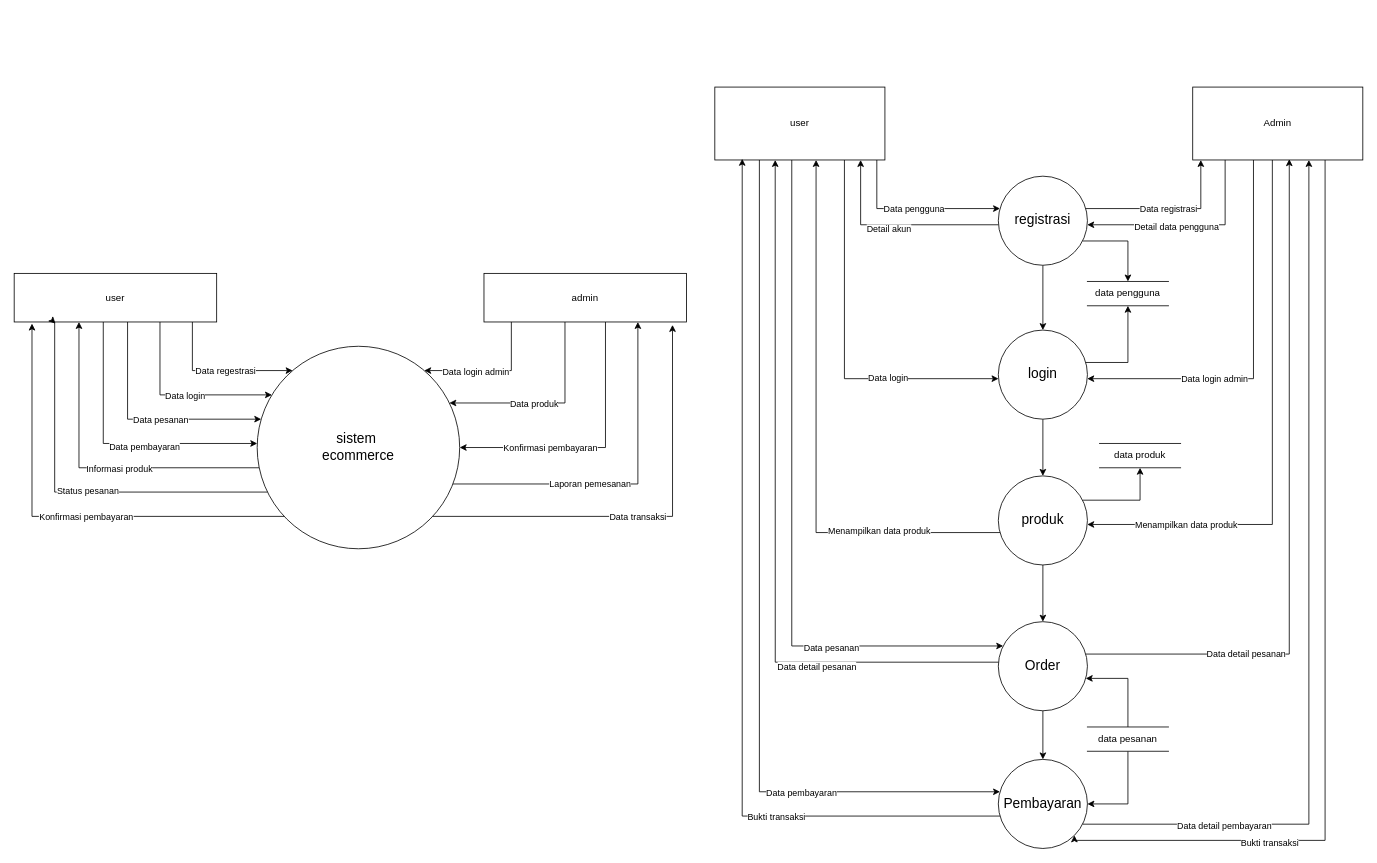
zerocode0806/Flowchart-E-Comerce-Elektronik keeps this draw.io diagram as DFD-Level-0-1-Ecommerce-Elektronik.drawio. Above is the earlier version. Source tidied: cells renumbered, new cells numbered last; positions are measured from the earlier drawing's top-left corner, leaving out a move shared by most shapes. Both pictures are drawn from the tidied source at 81%, with x=0, y=0 at pixel (14, 87).
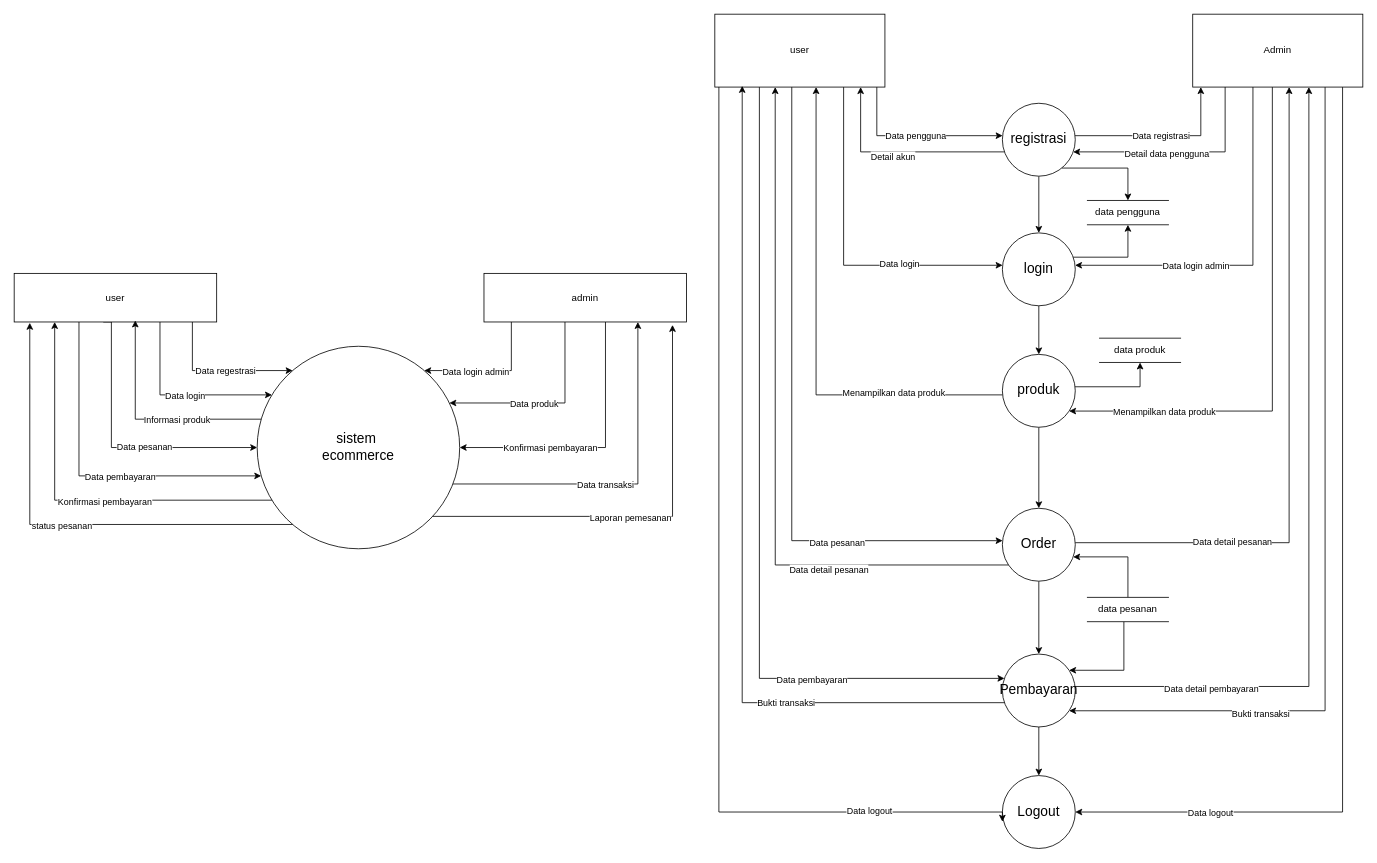
After the change.

The change refers to these unchanged cells:
```xml
<mxCell id="2" style="edgeStyle=orthogonalEdgeStyle;rounded=0;jettySize=auto;html=1;" parent="1" edge="1" source="4" target="69">
  <mxGeometry relative="1" as="geometry">
    <Array as="points">
      <mxPoint x="770" y="490" />
    </Array>
  </mxGeometry>
</mxCell>
<mxCell id="4" value="&lt;font style=&quot;font-size: 17px;&quot;&gt;sistem&amp;nbsp;&lt;/font&gt;&lt;div&gt;&lt;font style=&quot;font-size: 17px;&quot;&gt;ecommerce&lt;/font&gt;&lt;/div&gt;" style="shape=ellipse;html=1;dashed=0;whiteSpace=wrap;perimeter=ellipsePerimeter;" parent="1" vertex="1">
  <mxGeometry x="300" y="320" width="250" height="250" as="geometry" />
</mxCell>
<mxCell id="58" value="user" style="html=1;dashed=0;whiteSpace=wrap;" parent="1" vertex="1">
  <mxGeometry y="230" width="250" height="60" as="geometry" />
</mxCell>
<mxCell id="72" style="edgeStyle=orthogonalEdgeStyle;rounded=0;jettySize=auto;html=1;entryX=0.931;entryY=1.061;entryDx=0;entryDy=0;entryPerimeter=0;" parent="1" edge="1" source="4" target="69">
  <mxGeometry relative="1" as="geometry">
    <Array as="points">
      <mxPoint x="813" y="530" />
    </Array>
  </mxGeometry>
</mxCell>
```

The edit, as a diff of the source:
```diff
@@
-    <mxCell id="3" value="Laporan pemesanan" style="edgeLabel;html=1;align=center;verticalAlign=middle;" parent="2" vertex="1">
-      <mxGeometry x="-0.46" y="1" relative="1" as="geometry">
-        <mxPoint x="53" as="offset" />
-      </mxGeometry>
-    </mxCell>
@@
     <mxCell id="5" style="edgeStyle=orthogonalEdgeStyle;rounded=0;jettySize=auto;html=1;" parent="1" edge="1" source="13" target="27">
       <mxGeometry relative="1" as="geometry">
         <Array as="points">
-          <mxPoint x="1065" y="150" />
+          <mxPoint x="1065" y="60" />
         </Array>
       </mxGeometry>
     </mxCell>
@@
     <mxCell id="7" style="edgeStyle=orthogonalEdgeStyle;rounded=0;jettySize=auto;html=1;" parent="1" edge="1" source="13" target="33">
       <mxGeometry relative="1" as="geometry">
         <Array as="points">
-          <mxPoint x="1025" y="360" />
+          <mxPoint x="1024" y="220" />
         </Array>
       </mxGeometry>
     </mxCell>
@@
     <mxCell id="9" style="edgeStyle=orthogonalEdgeStyle;rounded=0;jettySize=auto;html=1;" parent="1" edge="1" source="13" target="37">
       <mxGeometry relative="1" as="geometry">
         <Array as="points">
-          <mxPoint x="960" y="690" />
+          <mxPoint x="960" y="560" />
         </Array>
       </mxGeometry>
     </mxCell>
@@
     <mxCell id="11" style="edgeStyle=orthogonalEdgeStyle;rounded=0;jettySize=auto;html=1;" parent="1" edge="1" source="13" target="44">
       <mxGeometry relative="1" as="geometry">
         <Array as="points">
-          <mxPoint x="920" y="870" />
+          <mxPoint x="920" y="730" />
         </Array>
       </mxGeometry>
     </mxCell>
@@
     <mxCell id="13" value="user" style="html=1;dashed=0;whiteSpace=wrap;" parent="1" vertex="1">
-      <mxGeometry x="865" width="210" height="90" as="geometry" />
+      <mxGeometry x="865" y="-90" width="210" height="90" as="geometry" />
     </mxCell>
     <mxCell id="14" style="edgeStyle=orthogonalEdgeStyle;rounded=0;jettySize=auto;html=1;" parent="1" edge="1" target="76">
       <mxGeometry relative="1" as="geometry">
-        <mxPoint x="1553.3" y="90" as="sourcePoint" />
+        <mxPoint x="1553.3" as="sourcePoint" />
         <Array as="points">
-          <mxPoint x="1553" y="540" />
+          <mxPoint x="1553" y="400" />
         </Array>
       </mxGeometry>
     </mxCell>
@@
-    <mxCell id="16" style="edgeStyle=orthogonalEdgeStyle;rounded=0;jettySize=auto;html=1;entryX=1;entryY=1;entryDx=0;entryDy=0;" parent="1" edge="1" target="44">
+    <mxCell id="16" style="edgeStyle=orthogonalEdgeStyle;rounded=0;jettySize=auto;html=1;" parent="1" edge="1" target="44">
       <mxGeometry relative="1" as="geometry">
-        <mxPoint x="1618.4" y="90" as="sourcePoint" />
+        <mxPoint x="1618.4" as="sourcePoint" />
         <Array as="points">
-          <mxPoint x="1618" y="930" />
-          <mxPoint x="1309" y="930" />
+          <mxPoint x="1618" y="770" />
         </Array>
       </mxGeometry>
     </mxCell>
@@
-    <mxCell id="18" style="edgeStyle=orthogonalEdgeStyle;rounded=0;jettySize=auto;html=1;" parent="1" edge="1" source="20" target="33">
+    <mxCell id="18" style="edgeStyle=orthogonalEdgeStyle;rounded=0;jettySize=auto;html=1;exitX=0.354;exitY=0.995;exitDx=0;exitDy=0;exitPerimeter=0;" parent="1" edge="1" source="20" target="33">
       <mxGeometry relative="1" as="geometry">
         <Array as="points">
-          <mxPoint x="1530" y="360" />
+          <mxPoint x="1529" y="220" />
         </Array>
       </mxGeometry>
     </mxCell>
@@
+    <mxCell id="78" style="edgeStyle=orthogonalEdgeStyle;rounded=0;jettySize=auto;html=1;entryX=1;entryY=0.5;entryDx=0;entryDy=0;" parent="1" edge="1" source="20" target="87">
+      <mxGeometry relative="1" as="geometry">
+        <Array as="points">
+          <mxPoint x="1640" y="895" />
+        </Array>
+      </mxGeometry>
+    </mxCell>
+    <mxCell id="79" value="Data logout" style="edgeLabel;html=1;align=center;verticalAlign=middle;" parent="78" vertex="1">
+      <mxGeometry x="0.73" relative="1" as="geometry">
+        <mxPoint x="1" as="offset" />
+      </mxGeometry>
+    </mxCell>
     <mxCell id="20" value="Admin" style="html=1;dashed=0;whiteSpace=wrap;" parent="1" vertex="1">
-      <mxGeometry x="1455" width="210" height="90" as="geometry" />
+      <mxGeometry x="1455" y="-90" width="210" height="90" as="geometry" />
     </mxCell>
     <mxCell id="21" style="edgeStyle=orthogonalEdgeStyle;rounded=0;jettySize=auto;html=1;" parent="1" edge="1" source="27" target="20">
       <mxGeometry relative="1" as="geometry">
         <Array as="points">
-          <mxPoint x="1465" y="150" />
+          <mxPoint x="1465" y="60" />
         </Array>
       </mxGeometry>
     </mxCell>
@@
     <mxCell id="23" style="edgeStyle=orthogonalEdgeStyle;rounded=0;jettySize=auto;html=1;" parent="1" edge="1" source="27" target="13">
       <mxGeometry relative="1" as="geometry">
         <Array as="points">
-          <mxPoint x="1045" y="170" />
+          <mxPoint x="1045" y="80" />
         </Array>
       </mxGeometry>
     </mxCell>
@@
     <mxCell id="26" style="edgeStyle=orthogonalEdgeStyle;rounded=0;jettySize=auto;html=1;entryX=0.5;entryY=0;entryDx=0;entryDy=0;" parent="1" edge="1" source="27" target="28">
       <mxGeometry relative="1" as="geometry">
         <Array as="points">
-          <mxPoint x="1375" y="190" />
+          <mxPoint x="1375" y="100" />
         </Array>
       </mxGeometry>
     </mxCell>
     <mxCell id="27" value="&lt;span style=&quot;font-size: 17px;&quot;&gt;registrasi&lt;/span&gt;" style="shape=ellipse;html=1;dashed=0;whiteSpace=wrap;perimeter=ellipsePerimeter;" parent="1" vertex="1">
-      <mxGeometry x="1215" y="110" width="110" height="110" as="geometry" />
+      <mxGeometry x="1220" y="20" width="90" height="90" as="geometry" />
     </mxCell>
     <mxCell id="28" value="data pengguna" style="html=1;dashed=0;whiteSpace=wrap;shape=partialRectangle;right=0;left=0;" parent="1" vertex="1">
-      <mxGeometry x="1325" y="240" width="100" height="30" as="geometry" />
+      <mxGeometry x="1325" y="140" width="100" height="30" as="geometry" />
     </mxCell>
     <mxCell id="29" style="edgeStyle=orthogonalEdgeStyle;rounded=0;jettySize=auto;html=1;" parent="1" edge="1" source="20" target="27">
       <mxGeometry relative="1" as="geometry">
         <Array as="points">
-          <mxPoint x="1495" y="170" />
+          <mxPoint x="1495" y="80" />
         </Array>
       </mxGeometry>
     </mxCell>
@@
     <mxCell id="31" style="edgeStyle=orthogonalEdgeStyle;rounded=0;jettySize=auto;html=1;entryX=0.5;entryY=1;entryDx=0;entryDy=0;" parent="1" edge="1" source="33" target="28">
       <mxGeometry relative="1" as="geometry">
         <Array as="points">
-          <mxPoint x="1375" y="340" />
+          <mxPoint x="1375" y="210" />
         </Array>
       </mxGeometry>
     </mxCell>
@@
     <mxCell id="33" value="&lt;span style=&quot;font-size: 17px;&quot;&gt;login&lt;/span&gt;" style="shape=ellipse;html=1;dashed=0;whiteSpace=wrap;perimeter=ellipsePerimeter;" parent="1" vertex="1">
-      <mxGeometry x="1215" y="300" width="110" height="110" as="geometry" />
+      <mxGeometry x="1220" y="180" width="90" height="90" as="geometry" />
     </mxCell>
     <mxCell id="34" style="edgeStyle=orthogonalEdgeStyle;rounded=0;jettySize=auto;html=1;" parent="1" edge="1" source="76" target="13">
       <mxGeometry relative="1" as="geometry">
         <Array as="points">
-          <mxPoint x="990" y="550" />
+          <mxPoint x="990" y="380" />
         </Array>
       </mxGeometry>
     </mxCell>
@@
     <mxCell id="37" value="&lt;span style=&quot;font-size: 17px;&quot;&gt;Order&lt;/span&gt;" style="shape=ellipse;html=1;dashed=0;whiteSpace=wrap;perimeter=ellipsePerimeter;" parent="1" vertex="1">
-      <mxGeometry x="1215" y="660" width="110" height="110" as="geometry" />
+      <mxGeometry x="1220" y="520" width="90" height="90" as="geometry" />
     </mxCell>
-    <mxCell id="38" style="edgeStyle=orthogonalEdgeStyle;rounded=0;jettySize=auto;html=1;entryX=0.385;entryY=0.989;entryDx=0;entryDy=0;entryPerimeter=0;" parent="1" edge="1" source="37">
+    <mxCell id="38" style="edgeStyle=orthogonalEdgeStyle;rounded=0;jettySize=auto;html=1;" parent="1" edge="1" target="20">
       <mxGeometry relative="1" as="geometry">
-        <mxPoint x="1574.2" y="89" as="targetPoint" />
+        <mxPoint x="1310" y="562.5" as="sourcePoint" />
         <Array as="points">
-          <mxPoint x="1574" y="700" />
+          <mxPoint x="1574" y="563" />
         </Array>
       </mxGeometry>
     </mxCell>
@@
     <mxCell id="40" style="edgeStyle=orthogonalEdgeStyle;rounded=0;jettySize=auto;html=1;entryX=0.355;entryY=1;entryDx=0;entryDy=0;entryPerimeter=0;" parent="1" edge="1" source="37" target="13">
       <mxGeometry relative="1" as="geometry">
         <Array as="points">
-          <mxPoint x="940" y="710" />
+          <mxPoint x="940" y="590" />
         </Array>
       </mxGeometry>
     </mxCell>
@@
-    <mxCell id="42" style="edgeStyle=orthogonalEdgeStyle;rounded=0;jettySize=auto;html=1;exitX=0.946;exitY=0.707;exitDx=0;exitDy=0;exitPerimeter=0;" parent="1" edge="1" source="44">
+    <mxCell id="42" style="edgeStyle=orthogonalEdgeStyle;rounded=0;jettySize=auto;html=1;" parent="1" edge="1" source="44">
       <mxGeometry relative="1" as="geometry">
-        <mxPoint x="1598.4" y="90" as="targetPoint" />
+        <mxPoint x="1598.4" as="targetPoint" />
         <Array as="points">
-          <mxPoint x="1319" y="910" />
-          <mxPoint x="1598" y="910" />
+          <mxPoint x="1598" y="740" />
         </Array>
       </mxGeometry>
     </mxCell>
@@
+    <mxCell id="80" style="edgeStyle=orthogonalEdgeStyle;rounded=0;jettySize=auto;html=1;" parent="1" edge="1" source="44" target="87">
+      <mxGeometry relative="1" as="geometry" />
+    </mxCell>
     <mxCell id="44" value="&lt;span style=&quot;font-size: 17px;&quot;&gt;Pembayaran&lt;/span&gt;" style="shape=ellipse;html=1;dashed=0;whiteSpace=wrap;perimeter=ellipsePerimeter;" parent="1" vertex="1">
-      <mxGeometry x="1215" y="830" width="110" height="110" as="geometry" />
+      <mxGeometry x="1220" y="700" width="90" height="90" as="geometry" />
     </mxCell>
     <mxCell id="45" style="edgeStyle=orthogonalEdgeStyle;rounded=0;jettySize=auto;html=1;" parent="1" edge="1" source="47" target="37">
       <mxGeometry relative="1" as="geometry">
         <Array as="points">
-          <mxPoint x="1375" y="730" />
+          <mxPoint x="1375" y="580" />
         </Array>
       </mxGeometry>
     </mxCell>
-    <mxCell id="46" style="edgeStyle=orthogonalEdgeStyle;rounded=0;jettySize=auto;html=1;entryX=1;entryY=0.5;entryDx=0;entryDy=0;" parent="1" edge="1" source="47" target="44">
-      <mxGeometry relative="1" as="geometry" />
+    <mxCell id="46" style="edgeStyle=orthogonalEdgeStyle;rounded=0;jettySize=auto;html=1;" parent="1" edge="1" source="47" target="44">
+      <mxGeometry relative="1" as="geometry">
+        <Array as="points">
+          <mxPoint x="1370" y="720" />
+        </Array>
+      </mxGeometry>
     </mxCell>
     <mxCell id="47" value="data pesanan" style="html=1;dashed=0;whiteSpace=wrap;shape=partialRectangle;right=0;left=0;" parent="1" vertex="1">
-      <mxGeometry x="1325" y="790" width="100" height="30" as="geometry" />
+      <mxGeometry x="1325" y="630" width="100" height="30" as="geometry" />
     </mxCell>
     <mxCell id="48" style="edgeStyle=orthogonalEdgeStyle;rounded=0;jettySize=auto;html=1;entryX=0.161;entryY=0.984;entryDx=0;entryDy=0;entryPerimeter=0;" parent="1" edge="1" source="44" target="13">
       <mxGeometry relative="1" as="geometry">
         <Array as="points">
-          <mxPoint x="899" y="900" />
+          <mxPoint x="899" y="760" />
         </Array>
       </mxGeometry>
     </mxCell>
@@
-    <mxCell id="54" style="edgeStyle=orthogonalEdgeStyle;rounded=0;jettySize=auto;html=1;" parent="1" edge="1" source="58" target="4">
-      <mxGeometry relative="1" as="geometry">
-        <Array as="points">
-          <mxPoint x="140" y="410" />
-        </Array>
-      </mxGeometry>
-    </mxCell>
+    <mxCell id="81" style="edgeStyle=orthogonalEdgeStyle;rounded=0;jettySize=auto;html=1;" parent="1" edge="1" target="4">
+      <mxGeometry relative="1" as="geometry">
+        <mxPoint x="110" y="290" as="sourcePoint" />
+        <Array as="points">
+          <mxPoint x="120" y="290" />
+          <mxPoint x="120" y="445" />
+        </Array>
+      </mxGeometry>
+    </mxCell>
-    <mxCell id="55" value="Data pesanan" style="edgeLabel;html=1;align=center;verticalAlign=middle;" parent="54" vertex="1">
-      <mxGeometry x="0.34" relative="1" as="geometry">
-        <mxPoint x="-31" as="offset" />
+    <mxCell id="55" value="Data pesanan" style="edgeLabel;html=1;align=center;verticalAlign=middle;" parent="81" vertex="1">
+      <mxGeometry x="0.45" y="2" relative="1" as="geometry">
+        <mxPoint x="-45" as="offset" />
       </mxGeometry>
     </mxCell>
-    <mxCell id="56" style="edgeStyle=orthogonalEdgeStyle;rounded=0;jettySize=auto;html=1;" parent="1" edge="1" source="58" target="4">
-      <mxGeometry relative="1" as="geometry">
-        <Array as="points">
-          <mxPoint x="110" y="440" />
-        </Array>
-      </mxGeometry>
-    </mxCell>
+    <mxCell id="82" style="edgeStyle=orthogonalEdgeStyle;rounded=0;jettySize=auto;html=1;" parent="1" edge="1" source="58" target="4">
+      <mxGeometry relative="1" as="geometry">
+        <Array as="points">
+          <mxPoint x="80" y="480" />
+        </Array>
+      </mxGeometry>
+    </mxCell>
-    <mxCell id="57" value="Data pembayaran" style="edgeLabel;html=1;align=center;verticalAlign=middle;" parent="56" vertex="1">
-      <mxGeometry x="0.36" y="-3" relative="1" as="geometry">
-        <mxPoint x="-31" as="offset" />
+    <mxCell id="57" value="Data pembayaran" style="edgeLabel;html=1;align=center;verticalAlign=middle;" parent="82" vertex="1">
+      <mxGeometry x="0.45" relative="1" as="geometry">
+        <mxPoint x="-61" as="offset" />
       </mxGeometry>
     </mxCell>
@@
-    <mxCell id="59" style="edgeStyle=orthogonalEdgeStyle;rounded=0;jettySize=auto;html=1;" parent="1" edge="1" source="4" target="58">
-      <mxGeometry relative="1" as="geometry">
-        <Array as="points">
-          <mxPoint x="80" y="470" />
-        </Array>
-      </mxGeometry>
-    </mxCell>
-    <mxCell id="60" value="Informasi produk" style="edgeLabel;html=1;align=center;verticalAlign=middle;" parent="59" vertex="1">
-      <mxGeometry x="-0.38" y="1" relative="1" as="geometry">
-        <mxPoint x="-48" as="offset" />
-      </mxGeometry>
-    </mxCell>
-    <mxCell id="61" style="edgeStyle=orthogonalEdgeStyle;rounded=0;jettySize=auto;html=1;entryX=0.204;entryY=1.033;entryDx=0;entryDy=0;entryPerimeter=0;" parent="1" edge="1" source="4" target="58">
-      <mxGeometry relative="1" as="geometry">
-        <Array as="points">
-          <mxPoint x="50" y="500" />
-          <mxPoint x="50" y="291" />
-        </Array>
-      </mxGeometry>
-    </mxCell>
-    <mxCell id="62" value="Status pesanan" style="edgeLabel;html=1;align=center;verticalAlign=middle;" parent="61" vertex="1">
-      <mxGeometry x="-0.43" y="-2" relative="1" as="geometry">
-        <mxPoint x="-87" as="offset" />
-      </mxGeometry>
-    </mxCell>
-    <mxCell id="63" style="edgeStyle=orthogonalEdgeStyle;rounded=0;jettySize=auto;html=1;entryX=0.088;entryY=1.033;entryDx=0;entryDy=0;entryPerimeter=0;" parent="1" edge="1" source="4" target="58">
-      <mxGeometry relative="1" as="geometry">
-        <Array as="points">
-          <mxPoint x="22" y="530" />
-        </Array>
-      </mxGeometry>
-    </mxCell>
-    <mxCell id="64" value="Konfirmasi pembayaran" style="edgeLabel;html=1;align=center;verticalAlign=middle;" parent="63" vertex="1">
-      <mxGeometry x="-0.41" relative="1" as="geometry">
-        <mxPoint x="-83" as="offset" />
-      </mxGeometry>
-    </mxCell>
@@
     <mxCell id="73" value="Data transaksi" style="edgeLabel;html=1;align=center;verticalAlign=middle;" parent="72" vertex="1">
       <mxGeometry x="-0.44" relative="1" as="geometry">
-        <mxPoint x="104" as="offset" />
+        <mxPoint x="64" y="-40" as="offset" />
       </mxGeometry>
     </mxCell>
+    <mxCell id="3" value="Laporan pemesanan" style="edgeLabel;html=1;align=center;verticalAlign=middle;" parent="72" vertex="1">
+      <mxGeometry x="-0.45" y="-1" relative="1" as="geometry">
+        <mxPoint x="98" as="offset" />
+      </mxGeometry>
+    </mxCell>
@@
-    <mxCell id="75" style="edgeStyle=orthogonalEdgeStyle;rounded=0;jettySize=auto;html=1;" parent="1" edge="1" source="76" target="77">
+    <mxCell id="75" style="edgeStyle=orthogonalEdgeStyle;rounded=0;jettySize=auto;html=1;entryX=0.5;entryY=1;entryDx=0;entryDy=0;" parent="1" edge="1" source="76" target="77">
       <mxGeometry relative="1" as="geometry">
         <Array as="points">
-          <mxPoint x="1390" y="510" />
+          <mxPoint x="1390" y="370" />
         </Array>
       </mxGeometry>
     </mxCell>
     <mxCell id="76" value="&lt;span style=&quot;font-size: 17px;&quot;&gt;produk&lt;/span&gt;" style="shape=ellipse;html=1;dashed=0;whiteSpace=wrap;perimeter=ellipsePerimeter;" parent="1" vertex="1">
-      <mxGeometry x="1215" y="480" width="110" height="110" as="geometry" />
+      <mxGeometry x="1220" y="330" width="90" height="90" as="geometry" />
     </mxCell>
     <mxCell id="77" value="data produk" style="html=1;dashed=0;whiteSpace=wrap;shape=partialRectangle;right=0;left=0;" parent="1" vertex="1">
-      <mxGeometry x="1340" y="440" width="100" height="30" as="geometry" />
+      <mxGeometry x="1340" y="310" width="100" height="30" as="geometry" />
     </mxCell>
+    <mxCell id="83" style="edgeStyle=orthogonalEdgeStyle;rounded=0;jettySize=auto;html=1;entryX=0.598;entryY=0.969;entryDx=0;entryDy=0;entryPerimeter=0;" parent="1" edge="1" source="4" target="58">
+      <mxGeometry relative="1" as="geometry">
+        <Array as="points">
+          <mxPoint x="150" y="410" />
+        </Array>
+      </mxGeometry>
+    </mxCell>
+    <mxCell id="60" value="Informasi produk" style="edgeLabel;html=1;align=center;verticalAlign=middle;" parent="83" vertex="1">
+      <mxGeometry x="-0.46" relative="1" as="geometry">
+        <mxPoint x="-30" as="offset" />
+      </mxGeometry>
+    </mxCell>
+    <mxCell id="84" style="edgeStyle=orthogonalEdgeStyle;rounded=0;jettySize=auto;html=1;" parent="1" edge="1" source="4" target="58">
+      <mxGeometry relative="1" as="geometry">
+        <Array as="points">
+          <mxPoint x="50" y="510" />
+        </Array>
+      </mxGeometry>
+    </mxCell>
+    <mxCell id="64" value="Konfirmasi pembayaran" style="edgeLabel;html=1;align=center;verticalAlign=middle;" parent="84" vertex="1">
+      <mxGeometry x="-0.45" y="1" relative="1" as="geometry">
+        <mxPoint x="-73" as="offset" />
+      </mxGeometry>
+    </mxCell>
+    <mxCell id="85" style="edgeStyle=orthogonalEdgeStyle;rounded=0;jettySize=auto;html=1;entryX=0.077;entryY=1.017;entryDx=0;entryDy=0;entryPerimeter=0;" parent="1" edge="1" source="4" target="58">
+      <mxGeometry relative="1" as="geometry">
+        <Array as="points">
+          <mxPoint x="19" y="540" />
+        </Array>
+      </mxGeometry>
+    </mxCell>
+    <mxCell id="86" value="status pesanan" style="edgeLabel;html=1;align=center;verticalAlign=middle;" parent="85" vertex="1">
+      <mxGeometry x="-0.44" y="1" relative="1" as="geometry">
+        <mxPoint x="-124" as="offset" />
+      </mxGeometry>
+    </mxCell>
+    <mxCell id="87" value="&lt;span style=&quot;font-size: 17px;&quot;&gt;Logout&lt;/span&gt;" style="shape=ellipse;html=1;dashed=0;whiteSpace=wrap;perimeter=ellipsePerimeter;" parent="1" vertex="1">
+      <mxGeometry x="1220" y="850" width="90" height="90" as="geometry" />
+    </mxCell>
+    <mxCell id="88" style="edgeStyle=orthogonalEdgeStyle;rounded=0;jettySize=auto;html=1;entryX=0;entryY=0.633;entryDx=0;entryDy=0;entryPerimeter=0;" parent="1" edge="1" source="13" target="87">
+      <mxGeometry relative="1" as="geometry">
+        <Array as="points">
+          <mxPoint x="870" y="895" />
+          <mxPoint x="1220" y="895" />
+        </Array>
+      </mxGeometry>
+    </mxCell>
+    <mxCell id="89" value="Data logout" style="edgeLabel;html=1;align=center;verticalAlign=middle;" parent="88" vertex="1">
+      <mxGeometry x="0.72" y="2" relative="1" as="geometry">
+        <mxPoint x="-1" as="offset" />
+      </mxGeometry>
+    </mxCell>
```
